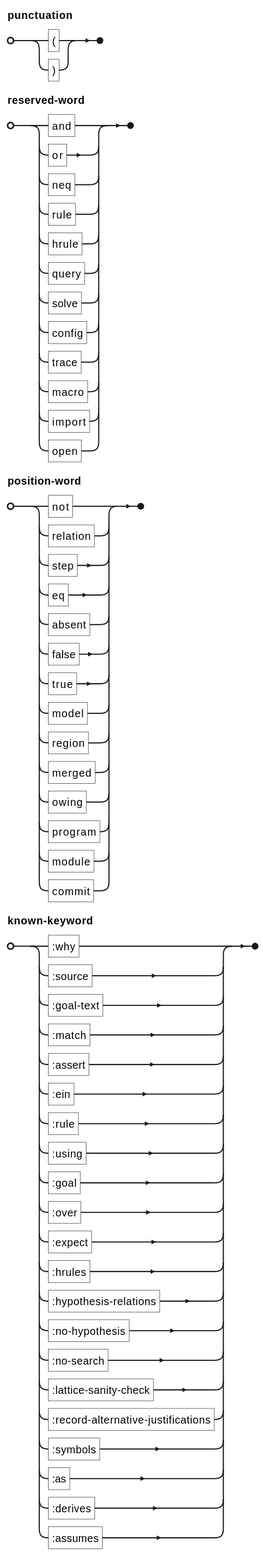
This is docs/ein/user/04-reference/diagrams/01-grammar-lexical-own-text.svg from agutikov/ein, a PlantUML export, as it was before one commit. Its source is kept beside it as docs/ein/user/04-reference/diagrams/01-grammar-lexical-own-text.puml.
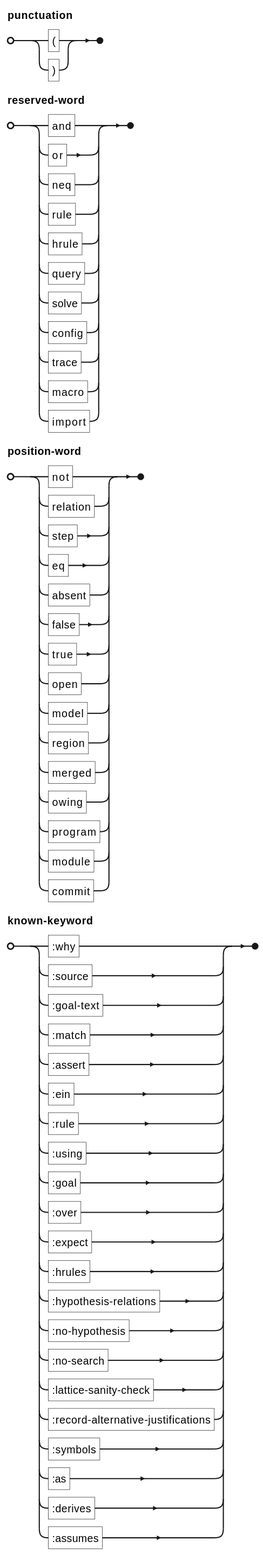
After the change.

What changed in the source:
```diff
@@ -2,10 +2,10 @@
 punctuation = "(" | ")" ;
 reserved-word =
     "and" | "or" | "neq" | "rule" | "hrule" | "query" | "solve" | "config" | "trace" | "macro"
-  | "import" | "open" ;
+  | "import" ;
 position-word =
-    "not" | "relation" | "step" | "eq" | "absent" | "false" | "true" | "model" | "region" | "merged"
-  | "owing" | "program" | "module" | "commit" ;
+    "not" | "relation" | "step" | "eq" | "absent" | "false" | "true" | "open" | "model" | "region"
+  | "merged" | "owing" | "program" | "module" | "commit" ;
 known-keyword =
     ":why" | ":source" | ":goal-text" | ":match" | ":assert" | ":ein" | ":rule" | ":using" | ":goal"
   | ":over" | ":expect" | ":hrules" | ":hypothesis-relations" | ":no-hypothesis" | ":no-search"
```
